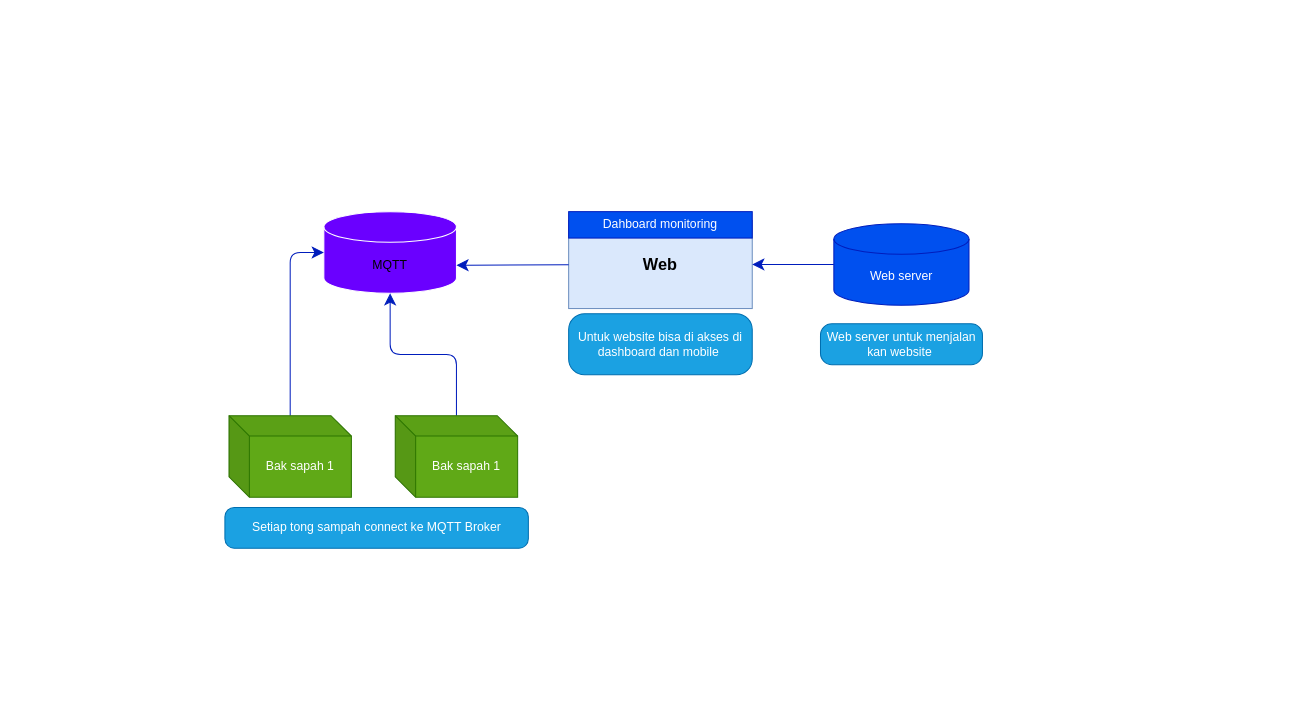
Before: diagram/DIAGRAM-BLOCK.drawio in Nugraa21/IOT-TONGSAMPAH, a draw.io diagram. Source tidied: cells renumbered, new cells numbered last; positions are measured from the earlier drawing's top-left corner, leaving out a move shared by most shapes. Both pictures are drawn from the tidied source at 102%, with x=0, y=0 at pixel (224, 211).
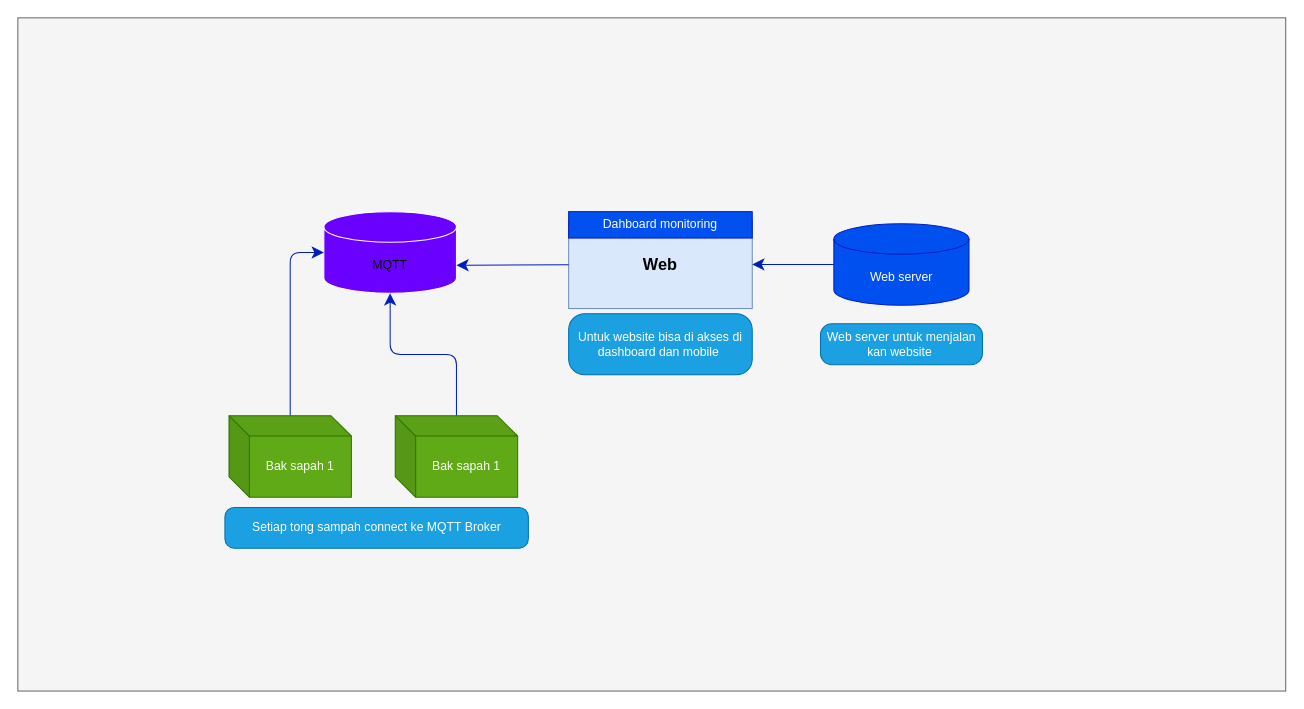
The same page after the edit.

Change to the diagram source:
```diff
@@
 <mxGraphModel>
   <root>
     <mxCell id="0" />
     <mxCell id="1" parent="0" />
+    <mxCell id="16" style="rounded=0;whiteSpace=wrap;html=1;fillColor=#f5f5f5;strokeColor=#666666;fontColor=#333333;" parent="1" vertex="1">
+      <mxGeometry x="-203" y="-190" width="1243" height="660" as="geometry" />
+    </mxCell>
     <mxCell id="2" value="&lt;font color=&quot;#000000&quot;&gt;MQTT&lt;/font&gt;" style="shape=cylinder3;whiteSpace=wrap;html=1;boundedLbl=1;backgroundOutline=1;size=15;fillColor=#6a00ff;strokeColor=#FFFFFF;fontColor=#ffffff;" parent="1" vertex="1">
       <mxGeometry x="97" width="130" height="80" as="geometry" />
     </mxCell>
     <mxCell id="3" style="group;" parent="1" vertex="1">
       <mxGeometry x="337" width="270" height="107.5" as="geometry" />
     </mxCell>
     <mxCell id="4" value="&lt;b&gt;&lt;font style=&quot;font-size: 16px;&quot;&gt;Web&lt;/font&gt;&lt;/b&gt;" style="rounded=0;whiteSpace=wrap;html=1;fillColor=#dae8fc;strokeColor=#6c8ebf;fontColor=#000000;" parent="3" vertex="1">
       <mxGeometry y="8.6" width="180" height="86.4" as="geometry" />
     </mxCell>
     <mxCell id="5" value="Dahboard monitoring" style="rounded=0;whiteSpace=wrap;html=1;fillColor=#0050ef;strokeColor=#001DBC;fontColor=#ffffff;" parent="3" vertex="1">
       <mxGeometry width="180" height="25.9" as="geometry" />
     </mxCell>
     <mxCell id="6" style="edgeStyle=none;html=1;entryX=1;entryY=0.5;entryDx=0;entryDy=0;startSize=9;endSize=9;fillColor=#0050ef;strokeColor=#001DBC;" parent="1" edge="1" source="7" target="4">
       <mxGeometry relative="1" as="geometry" />
     </mxCell>
     <mxCell id="7" value="Web server" style="shape=cylinder3;whiteSpace=wrap;html=1;boundedLbl=1;backgroundOutline=1;size=15;fontColor=#ffffff;fillColor=#0050ef;strokeColor=#001DBC;" parent="1" vertex="1">
       <mxGeometry x="597" y="11.8" width="132.5" height="80" as="geometry" />
     </mxCell>
     <mxCell id="8" style="edgeStyle=none;html=1;entryX=0;entryY=0.5;entryDx=0;entryDy=0;entryPerimeter=0;fontColor=#FFFFFF;fillColor=#0050ef;strokeColor=#001DBC;endSize=9;startSize=9;" parent="1" edge="1" source="9" target="2">
       <mxGeometry relative="1" as="geometry">
         <Array as="points">
           <mxPoint x="64" y="40" />
         </Array>
       </mxGeometry>
     </mxCell>
     <mxCell id="9" value="Bak sapah 1" style="shape=cube;whiteSpace=wrap;html=1;boundedLbl=1;backgroundOutline=1;darkOpacity=0.05;darkOpacity2=0.1;fontColor=#ffffff;fillColor=#60a917;strokeColor=#2D7600;" parent="1" vertex="1">
       <mxGeometry x="4" y="200" width="120" height="80" as="geometry" />
     </mxCell>
     <mxCell id="10" style="edgeStyle=none;html=1;entryX=0.5;entryY=1;entryDx=0;entryDy=0;entryPerimeter=0;fontColor=#FFFFFF;fillColor=#0050ef;strokeColor=#001DBC;endSize=9;startSize=9;" parent="1" edge="1" source="11" target="2">
       <mxGeometry relative="1" as="geometry">
         <Array as="points">
           <mxPoint x="227" y="140" />
           <mxPoint x="162" y="140" />
         </Array>
       </mxGeometry>
     </mxCell>
     <mxCell id="11" value="Bak sapah 1" style="shape=cube;whiteSpace=wrap;html=1;boundedLbl=1;backgroundOutline=1;darkOpacity=0.05;darkOpacity2=0.1;fontColor=#ffffff;fillColor=#60a917;strokeColor=#2D7600;" parent="1" vertex="1">
       <mxGeometry x="167" y="200" width="120" height="80" as="geometry" />
     </mxCell>
     <mxCell id="12" value="&lt;span style=&quot;&quot;&gt;Web server untuk menjalan kan website&amp;nbsp;&lt;/span&gt;" style="rounded=1;whiteSpace=wrap;html=1;fontColor=#ffffff;arcSize=28;fillColor=#1ba1e2;strokeColor=#006EAF;" parent="1" vertex="1">
       <mxGeometry x="583.9" y="110" width="158.8" height="40" as="geometry" />
     </mxCell>
     <mxCell id="13" value="&lt;span style=&quot;&quot;&gt;Untuk website bisa di akses di dashboard dan mobile&amp;nbsp;&lt;/span&gt;" style="rounded=1;whiteSpace=wrap;html=1;fontColor=#ffffff;arcSize=26;fillColor=#1ba1e2;strokeColor=#006EAF;" parent="1" vertex="1">
       <mxGeometry x="337" y="100" width="180" height="60" as="geometry" />
     </mxCell>
     <mxCell id="14" style="edgeStyle=none;html=1;entryX=1;entryY=0;entryDx=0;entryDy=52.5;entryPerimeter=0;startSize=9;endSize=9;fillColor=#0050ef;strokeColor=#001DBC;" parent="1" edge="1" source="4" target="2">
       <mxGeometry relative="1" as="geometry" />
     </mxCell>
     <mxCell id="15" value="Setiap tong sampah connect ke MQTT Broker" style="rounded=1;whiteSpace=wrap;html=1;fontColor=#ffffff;arcSize=23;fillColor=#1ba1e2;strokeColor=#006EAF;" parent="1" vertex="1">
       <mxGeometry y="290" width="297.5" height="40" as="geometry" />
     </mxCell>
   </root>
 </mxGraphModel>
```
